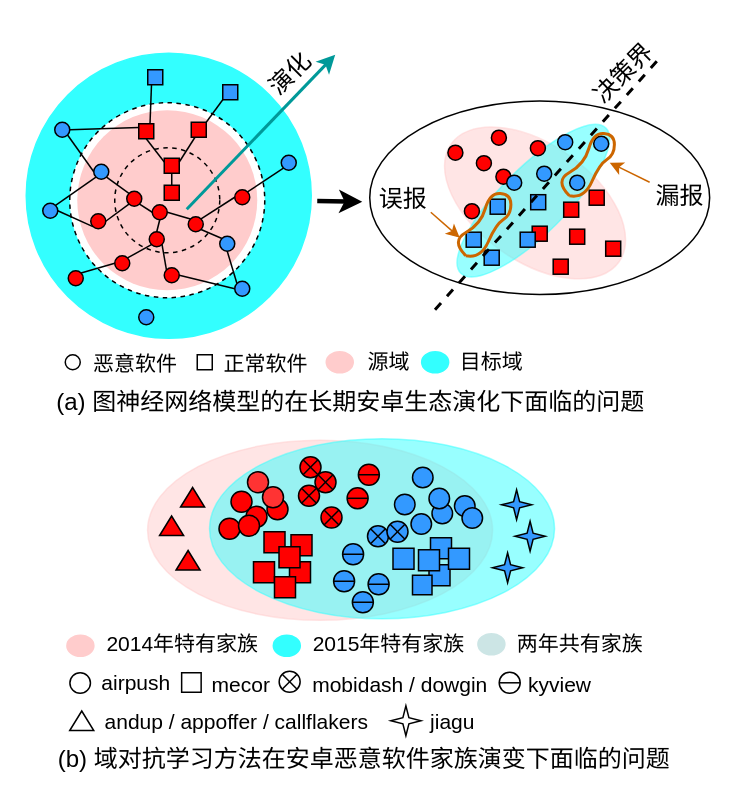
This is importance_weight_schema.drawio from sunray42/diagrams, a draw.io file, before an edit. Source tidied: cells renumbered, new cells numbered last; positions are measured from the earlier drawing's top-left corner, leaving out a move shared by most shapes. Both pictures are drawn from the tidied source at 150%, with x=0, y=0 at pixel (26, 50).
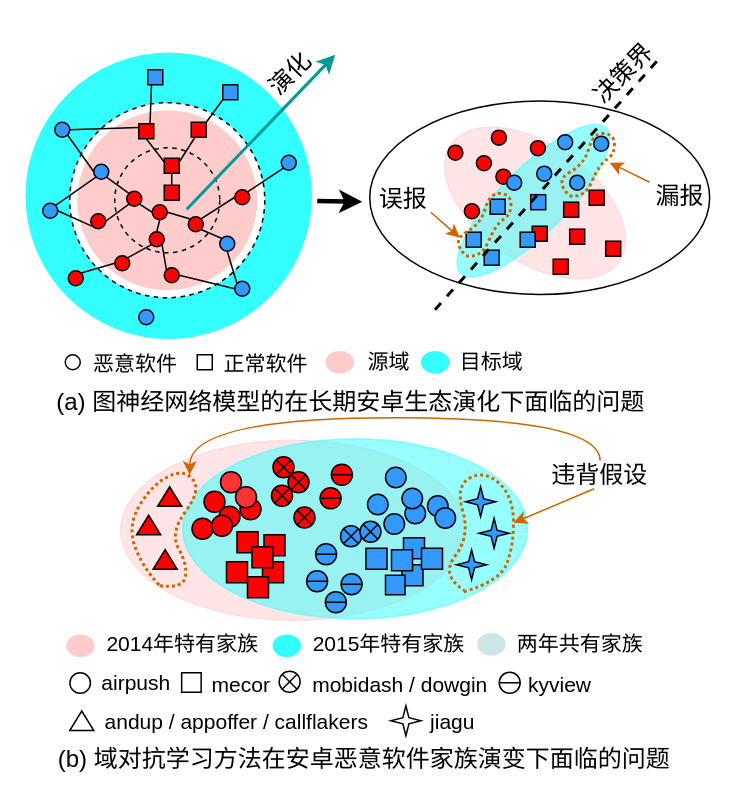
The same diagram, later.

What changed in the source:
```diff
@@
     <mxCell id="2" style="ellipse;whiteSpace=wrap;html=1;fillColor=#FFCCCC;strokeColor=#FFCCCC;opacity=50;rotation=0;" parent="1" vertex="1">
-      <mxGeometry x="80.9" y="260" width="230" height="120" as="geometry" />
+      <mxGeometry x="62.9" y="260" width="230" height="120" as="geometry" />
     </mxCell>
     <mxCell id="3" style="ellipse;whiteSpace=wrap;html=1;rotation=0;fillColor=#33FFFF;strokeColor=#33FFFF;opacity=50;" parent="1" vertex="1">
-      <mxGeometry x="122.2" y="259" width="230" height="120" as="geometry" />
+      <mxGeometry x="104.2" y="259" width="230" height="120" as="geometry" />
     </mxCell>
@@
-    <mxCell id="103" style="curved=1;endArrow=none;html=1;rounded=0;endFill=0;strokeWidth=2;strokeColor=#CC6600;" parent="1" edge="1">
+    <mxCell id="103" style="curved=1;endArrow=none;html=1;rounded=0;endFill=0;strokeWidth=2;strokeColor=#CC6600;dashed=1;dashPattern=1 1;" parent="1" edge="1">
       <mxGeometry relative="1" as="geometry">
         <mxPoint x="362.1" y="97" as="sourcePoint" />
         <mxPoint x="362.1" y="97" as="targetPoint" />
         <Array as="points">
           <mxPoint x="372.1" y="99" />
           <mxPoint x="382.1" y="76" />
           <mxPoint x="392.1" y="69.7" />
           <mxPoint x="392.1" y="56" />
           <mxPoint x="378" y="55" />
           <mxPoint x="372.1" y="76" />
           <mxPoint x="352.1" y="87" />
         </Array>
       </mxGeometry>
     </mxCell>
-    <mxCell id="104" style="curved=1;endArrow=none;html=1;rounded=0;endFill=0;strokeWidth=2;strokeColor=#CC6600;" parent="1" edge="1">
+    <mxCell id="104" style="curved=1;endArrow=none;html=1;rounded=0;endFill=0;strokeWidth=2;strokeColor=#CC6600;dashed=1;dashPattern=1 1;" parent="1" edge="1">
       <mxGeometry relative="1" as="geometry">
         <mxPoint x="293.1" y="137" as="sourcePoint" />
         <mxPoint x="293.1" y="137" as="targetPoint" />
         <Array as="points">
           <mxPoint x="303.1" y="139" />
           <mxPoint x="313.1" y="116" />
           <mxPoint x="323.1" y="109.7" />
           <mxPoint x="323.1" y="96" />
           <mxPoint x="309" y="95" />
           <mxPoint x="303.1" y="116" />
           <mxPoint x="283.1" y="127" />
         </Array>
       </mxGeometry>
     </mxCell>
     <mxCell id="105" style="verticalLabelPosition=bottom;verticalAlign=top;html=1;shape=mxgraph.basic.acute_triangle;dx=0.5;rotation=0;fillColor=#FF0000;" parent="1" vertex="1">
-      <mxGeometry x="88.9" y="310.5" width="16" height="13" as="geometry" />
+      <mxGeometry x="73.6" y="310" width="16" height="13" as="geometry" />
     </mxCell>
     <mxCell id="106" style="verticalLabelPosition=bottom;verticalAlign=top;html=1;shape=mxgraph.basic.acute_triangle;dx=0.5;rotation=0;fillColor=#FF0000;" parent="1" vertex="1">
-      <mxGeometry x="99.9" y="333.5" width="16" height="13" as="geometry" />
+      <mxGeometry x="84.6" y="333" width="16" height="13" as="geometry" />
     </mxCell>
     <mxCell id="107" style="whiteSpace=wrap;html=1;strokeColor=#000000;fontSize=16;fillColor=#FF0000;gradientColor=none;rotation=0;" parent="1" vertex="1">
-      <mxGeometry x="158.5" y="321" width="14" height="14" as="geometry" />
+      <mxGeometry x="140.5" y="321" width="14" height="14" as="geometry" />
     </mxCell>
     <mxCell id="108" style="whiteSpace=wrap;html=1;strokeColor=#000000;fontSize=16;fillColor=#FF0000;gradientColor=none;rotation=0;" parent="1" vertex="1">
-      <mxGeometry x="175.5" y="341" width="14" height="14" as="geometry" />
+      <mxGeometry x="157.5" y="341" width="14" height="14" as="geometry" />
     </mxCell>
     <mxCell id="109" style="whiteSpace=wrap;html=1;strokeColor=#000000;fontSize=16;fillColor=#FF0000;gradientColor=none;rotation=0;" parent="1" vertex="1">
-      <mxGeometry x="151.5" y="341" width="14" height="14" as="geometry" />
+      <mxGeometry x="133.5" y="341" width="14" height="14" as="geometry" />
     </mxCell>
-    <mxCell id="110" style="verticalLabelPosition=bottom;verticalAlign=top;html=1;shape=mxgraph.basic.4_point_star_2;dx=0.8;strokeColor=#000000;fontSize=16;fillColor=#3399FF;gradientColor=none;rotation=0;" parent="1" vertex="1">
-      <mxGeometry x="316.9" y="293" width="20" height="20" as="geometry" />
-    </mxCell>
     <mxCell id="111" style="whiteSpace=wrap;html=1;strokeColor=#000000;fontSize=16;fillColor=#FF0000;gradientColor=none;rotation=0;" parent="1" vertex="1">
-      <mxGeometry x="176.5" y="323" width="14" height="14" as="geometry" />
+      <mxGeometry x="158.5" y="323" width="14" height="14" as="geometry" />
     </mxCell>
     <mxCell id="112" style="whiteSpace=wrap;html=1;strokeColor=#000000;fontSize=16;fillColor=#FF0000;gradientColor=none;rotation=0;" parent="1" vertex="1">
-      <mxGeometry x="168.5" y="331" width="14" height="14" as="geometry" />
+      <mxGeometry x="150.5" y="331" width="14" height="14" as="geometry" />
     </mxCell>
     <mxCell id="113" style="whiteSpace=wrap;html=1;strokeColor=#000000;fontSize=16;fillColor=#3399FF;gradientColor=none;rotation=0;" parent="1" vertex="1">
-      <mxGeometry x="268.5" y="343" width="14" height="14" as="geometry" />
+      <mxGeometry x="250.5" y="343" width="14" height="14" as="geometry" />
     </mxCell>
     <mxCell id="114" style="whiteSpace=wrap;html=1;strokeColor=#000000;fontSize=16;fillColor=#3399FF;gradientColor=none;rotation=0;" parent="1" vertex="1">
-      <mxGeometry x="269.5" y="325" width="14" height="14" as="geometry" />
+      <mxGeometry x="251.5" y="325" width="14" height="14" as="geometry" />
     </mxCell>
     <mxCell id="115" style="whiteSpace=wrap;html=1;strokeColor=#000000;fontSize=16;fillColor=#3399FF;gradientColor=none;rotation=0;" parent="1" vertex="1">
-      <mxGeometry x="257.5" y="350" width="13" height="13" as="geometry" />
+      <mxGeometry x="239.5" y="350" width="13" height="13" as="geometry" />
     </mxCell>
     <mxCell id="116" style="whiteSpace=wrap;html=1;strokeColor=#000000;fontSize=16;fillColor=#3399FF;gradientColor=none;rotation=0;" parent="1" vertex="1">
-      <mxGeometry x="261.5" y="333" width="14" height="14" as="geometry" />
+      <mxGeometry x="243.5" y="333" width="14" height="14" as="geometry" />
     </mxCell>
     <mxCell id="117" style="whiteSpace=wrap;html=1;strokeColor=#000000;fontSize=16;fillColor=#3399FF;gradientColor=none;rotation=0;" parent="1" vertex="1">
-      <mxGeometry x="281.5" y="332" width="14" height="14" as="geometry" />
+      <mxGeometry x="263.5" y="332" width="14" height="14" as="geometry" />
     </mxCell>
     <mxCell id="118" style="ellipse;whiteSpace=wrap;html=1;strokeColor=#000000;fontSize=16;fillColor=#3399FF;gradientColor=none;rotation=0;" parent="1" vertex="1">
-      <mxGeometry x="257.5" y="278" width="13.7" height="13.7" as="geometry" />
+      <mxGeometry x="239.5" y="278" width="13.7" height="13.7" as="geometry" />
     </mxCell>
-    <mxCell id="119" style="verticalLabelPosition=bottom;verticalAlign=top;html=1;shape=mxgraph.basic.4_point_star_2;dx=0.8;strokeColor=#000000;fontSize=16;fillColor=#3399FF;gradientColor=none;rotation=0;" parent="1" vertex="1">
-      <mxGeometry x="325.9" y="314" width="20" height="20" as="geometry" />
-    </mxCell>
     <mxCell id="120" style="verticalLabelPosition=bottom;verticalAlign=top;html=1;shape=mxgraph.basic.acute_triangle;dx=0.5;rotation=0;fillColor=#FF0000;" parent="1" vertex="1">
-      <mxGeometry x="102.9" y="291.5" width="16" height="13" as="geometry" />
+      <mxGeometry x="87.6" y="291" width="16" height="13" as="geometry" />
     </mxCell>
-    <mxCell id="121" style="verticalLabelPosition=bottom;verticalAlign=top;html=1;shape=mxgraph.basic.4_point_star_2;dx=0.8;strokeColor=#000000;fontSize=16;fillColor=#3399FF;gradientColor=none;rotation=0;" parent="1" vertex="1">
-      <mxGeometry x="310.9" y="335" width="20" height="20" as="geometry" />
-    </mxCell>
@@
     <mxCell id="127" style="ellipse;whiteSpace=wrap;html=1;strokeColor=#000000;fontSize=16;fillColor=#3399FF;gradientColor=none;rotation=0;" parent="1" vertex="1">
-      <mxGeometry x="270.5" y="302" width="13.7" height="13.7" as="geometry" />
+      <mxGeometry x="252.5" y="302" width="13.7" height="13.7" as="geometry" />
     </mxCell>
     <mxCell id="128" style="ellipse;whiteSpace=wrap;html=1;strokeColor=#000000;fontSize=16;fillColor=#3399FF;gradientColor=none;rotation=0;" parent="1" vertex="1">
-      <mxGeometry x="268.5" y="292" width="13.7" height="13.7" as="geometry" />
+      <mxGeometry x="250.5" y="292" width="13.7" height="13.7" as="geometry" />
     </mxCell>
     <mxCell id="129" style="ellipse;whiteSpace=wrap;html=1;strokeColor=#000000;fontSize=16;fillColor=#3399FF;gradientColor=none;rotation=0;" parent="1" vertex="1">
-      <mxGeometry x="245.5" y="296" width="13.7" height="13.7" as="geometry" />
+      <mxGeometry x="227.5" y="296" width="13.7" height="13.7" as="geometry" />
     </mxCell>
     <mxCell id="130" style="ellipse;whiteSpace=wrap;html=1;strokeColor=#000000;fontSize=16;fillColor=#3399FF;gradientColor=none;rotation=0;" parent="1" vertex="1">
-      <mxGeometry x="256.5" y="309" width="13.7" height="13.7" as="geometry" />
+      <mxGeometry x="238.5" y="309" width="13.7" height="13.7" as="geometry" />
     </mxCell>
     <mxCell id="131" style="ellipse;whiteSpace=wrap;html=1;strokeColor=#000000;fontSize=16;fillColor=#FF3333;gradientColor=none;rotation=0;" parent="1" vertex="1">
-      <mxGeometry x="147.5" y="281" width="14" height="14" as="geometry" />
+      <mxGeometry x="129.5" y="281" width="14" height="14" as="geometry" />
     </mxCell>
     <mxCell id="132" style="ellipse;whiteSpace=wrap;html=1;strokeColor=#000000;fontSize=16;fillColor=#FF0000;gradientColor=none;rotation=0;" parent="1" vertex="1">
-      <mxGeometry x="160.5" y="299" width="14" height="14" as="geometry" />
+      <mxGeometry x="142.5" y="299" width="14" height="14" as="geometry" />
     </mxCell>
     <mxCell id="133" style="ellipse;whiteSpace=wrap;html=1;strokeColor=#000000;fontSize=16;fillColor=#FF3333;gradientColor=none;rotation=0;" parent="1" vertex="1">
-      <mxGeometry x="157.5" y="291" width="14" height="14" as="geometry" />
+      <mxGeometry x="139.5" y="291" width="14" height="14" as="geometry" />
     </mxCell>
     <mxCell id="134" style="ellipse;whiteSpace=wrap;html=1;strokeColor=#000000;fontSize=16;fillColor=#FF0000;gradientColor=none;rotation=0;" parent="1" vertex="1">
-      <mxGeometry x="136.5" y="294" width="14" height="14" as="geometry" />
+      <mxGeometry x="118.5" y="294" width="14" height="14" as="geometry" />
     </mxCell>
     <mxCell id="135" style="ellipse;whiteSpace=wrap;html=1;strokeColor=#000000;fontSize=16;fillColor=#FF0000;gradientColor=none;rotation=0;" parent="1" vertex="1">
-      <mxGeometry x="146.5" y="304" width="14" height="14" as="geometry" />
+      <mxGeometry x="128.5" y="304" width="14" height="14" as="geometry" />
     </mxCell>
     <mxCell id="136" style="shape=sumEllipse;perimeter=ellipsePerimeter;whiteSpace=wrap;html=1;backgroundOutline=1;fillColor=#FF0000;" parent="1" vertex="1">
-      <mxGeometry x="182.5" y="271" width="14" height="14" as="geometry" />
+      <mxGeometry x="164.5" y="271" width="14" height="14" as="geometry" />
     </mxCell>
     <mxCell id="137" style="shape=sumEllipse;perimeter=ellipsePerimeter;whiteSpace=wrap;html=1;backgroundOutline=1;fillColor=#FF0000;" parent="1" vertex="1">
-      <mxGeometry x="192.5" y="281" width="14" height="14" as="geometry" />
+      <mxGeometry x="174.5" y="281" width="14" height="14" as="geometry" />
     </mxCell>
     <mxCell id="138" style="shape=sumEllipse;perimeter=ellipsePerimeter;whiteSpace=wrap;html=1;backgroundOutline=1;fillColor=#FF0000;" parent="1" vertex="1">
-      <mxGeometry x="181.5" y="290" width="14" height="14" as="geometry" />
+      <mxGeometry x="163.5" y="290" width="14" height="14" as="geometry" />
     </mxCell>
     <mxCell id="139" style="shape=sumEllipse;perimeter=ellipsePerimeter;whiteSpace=wrap;html=1;backgroundOutline=1;fillColor=#3399FF;" parent="1" vertex="1">
-      <mxGeometry x="227.5" y="317" width="14" height="14" as="geometry" />
+      <mxGeometry x="209.5" y="317" width="14" height="14" as="geometry" />
     </mxCell>
     <mxCell id="140" style="shape=sumEllipse;perimeter=ellipsePerimeter;whiteSpace=wrap;html=1;backgroundOutline=1;fillColor=#3399FF;" parent="1" vertex="1">
-      <mxGeometry x="240.5" y="314" width="14" height="14" as="geometry" />
+      <mxGeometry x="222.5" y="314" width="14" height="14" as="geometry" />
     </mxCell>
@@
     <mxCell id="146" style="shape=lineEllipse;perimeter=ellipsePerimeter;whiteSpace=wrap;html=1;backgroundOutline=1;fillColor=#FF0000;" parent="1" vertex="1">
-      <mxGeometry x="221.4" y="276" width="14" height="14" as="geometry" />
+      <mxGeometry x="203.4" y="276" width="14" height="14" as="geometry" />
     </mxCell>
     <mxCell id="147" style="shape=lineEllipse;perimeter=ellipsePerimeter;whiteSpace=wrap;html=1;backgroundOutline=1;fillColor=#FF0000;" parent="1" vertex="1">
-      <mxGeometry x="213.9" y="291.7" width="14" height="14" as="geometry" />
+      <mxGeometry x="195.9" y="291.7" width="14" height="14" as="geometry" />
     </mxCell>
     <mxCell id="148" style="shape=lineEllipse;perimeter=ellipsePerimeter;whiteSpace=wrap;html=1;backgroundOutline=1;fillColor=#3399FF;" parent="1" vertex="1">
-      <mxGeometry x="204.9" y="347" width="14" height="14" as="geometry" />
+      <mxGeometry x="186.9" y="347" width="14" height="14" as="geometry" />
     </mxCell>
     <mxCell id="149" style="shape=lineEllipse;perimeter=ellipsePerimeter;whiteSpace=wrap;html=1;backgroundOutline=1;fillColor=#3399FF;" parent="1" vertex="1">
-      <mxGeometry x="210.9" y="329" width="14" height="14" as="geometry" />
+      <mxGeometry x="192.9" y="329" width="14" height="14" as="geometry" />
     </mxCell>
     <mxCell id="150" style="shape=lineEllipse;perimeter=ellipsePerimeter;whiteSpace=wrap;html=1;backgroundOutline=1;fillColor=#3399FF;" parent="1" vertex="1">
-      <mxGeometry x="227.9" y="349" width="14" height="14" as="geometry" />
+      <mxGeometry x="209.9" y="349" width="14" height="14" as="geometry" />
     </mxCell>
     <mxCell id="151" style="shape=lineEllipse;perimeter=ellipsePerimeter;whiteSpace=wrap;html=1;backgroundOutline=1;fillColor=#3399FF;" parent="1" vertex="1">
-      <mxGeometry x="217.4" y="361" width="14" height="14" as="geometry" />
+      <mxGeometry x="199.4" y="361" width="14" height="14" as="geometry" />
     </mxCell>
     <mxCell id="152" style="shape=sumEllipse;perimeter=ellipsePerimeter;whiteSpace=wrap;html=1;backgroundOutline=1;fillColor=#FF0000;" parent="1" vertex="1">
-      <mxGeometry x="196.5" y="304.5" width="14" height="14" as="geometry" />
+      <mxGeometry x="178.5" y="304.5" width="14" height="14" as="geometry" />
     </mxCell>
     <mxCell id="153" style="ellipse;whiteSpace=wrap;html=1;strokeColor=#000000;fontSize=16;fillColor=#FF0000;gradientColor=none;rotation=0;" parent="1" vertex="1">
-      <mxGeometry x="128.5" y="312" width="14" height="14" as="geometry" />
+      <mxGeometry x="110.5" y="312" width="14" height="14" as="geometry" />
     </mxCell>
     <mxCell id="154" style="ellipse;whiteSpace=wrap;html=1;strokeColor=#000000;fontSize=16;fillColor=#FF0000;gradientColor=none;rotation=0;" parent="1" vertex="1">
-      <mxGeometry x="141.5" y="310" width="14" height="14" as="geometry" />
+      <mxGeometry x="123.5" y="310" width="14" height="14" as="geometry" />
     </mxCell>
     <mxCell id="155" style="whiteSpace=wrap;html=1;strokeColor=#000000;fontSize=16;fillColor=#FF0000;gradientColor=none;rotation=0;" parent="1" vertex="1">
-      <mxGeometry x="165.5" y="351" width="14" height="14" as="geometry" />
+      <mxGeometry x="147.5" y="351" width="14" height="14" as="geometry" />
     </mxCell>
     <mxCell id="156" style="whiteSpace=wrap;html=1;strokeColor=#000000;fontSize=16;fillColor=#3399FF;gradientColor=none;rotation=0;" parent="1" vertex="1">
-      <mxGeometry x="244.5" y="332" width="14" height="14" as="geometry" />
+      <mxGeometry x="226.5" y="332" width="14" height="14" as="geometry" />
     </mxCell>
     <mxCell id="157" style="ellipse;whiteSpace=wrap;html=1;strokeColor=#000000;fontSize=16;fillColor=#3399FF;gradientColor=none;rotation=0;" parent="1" vertex="1">
-      <mxGeometry x="285.5" y="297" width="13.7" height="13.7" as="geometry" />
+      <mxGeometry x="267.5" y="297" width="13.7" height="13.7" as="geometry" />
     </mxCell>
     <mxCell id="158" style="ellipse;whiteSpace=wrap;html=1;strokeColor=#000000;fontSize=16;fillColor=#3399FF;gradientColor=none;rotation=0;" parent="1" vertex="1">
-      <mxGeometry x="290.5" y="305" width="13.7" height="13.7" as="geometry" />
+      <mxGeometry x="272.5" y="305" width="13.7" height="13.7" as="geometry" />
     </mxCell>
@@
+    <mxCell id="161" style="curved=1;endArrow=none;html=1;rounded=0;dashed=1;dashPattern=1 1;strokeColor=#CC6600;strokeWidth=2;endFill=0;" parent="1" edge="1">
+      <mxGeometry relative="1" as="geometry">
+        <mxPoint x="89" y="357" as="sourcePoint" />
+        <mxPoint x="89" y="357" as="targetPoint" />
+        <Array as="points">
+          <mxPoint x="104.6" y="359" />
+          <mxPoint x="107.6" y="343" />
+          <mxPoint x="95.6" y="321.8" />
+          <mxPoint x="116.6" y="293.5" />
+          <mxPoint x="105.6" y="279" />
+          <mxPoint x="84.6" y="289" />
+          <mxPoint x="67.6" y="316" />
+          <mxPoint x="76.6" y="343.5" />
+        </Array>
+      </mxGeometry>
+    </mxCell>
+    <mxCell id="110" style="verticalLabelPosition=bottom;verticalAlign=top;html=1;shape=mxgraph.basic.4_point_star_2;dx=0.8;strokeColor=#000000;fontSize=16;fillColor=#3399FF;gradientColor=none;rotation=0;" parent="1" vertex="1">
+      <mxGeometry x="292.9" y="291" width="20" height="20" as="geometry" />
+    </mxCell>
+    <mxCell id="119" style="verticalLabelPosition=bottom;verticalAlign=top;html=1;shape=mxgraph.basic.4_point_star_2;dx=0.8;strokeColor=#000000;fontSize=16;fillColor=#3399FF;gradientColor=none;rotation=0;" parent="1" vertex="1">
+      <mxGeometry x="301.9" y="312" width="20" height="20" as="geometry" />
+    </mxCell>
+    <mxCell id="121" style="verticalLabelPosition=bottom;verticalAlign=top;html=1;shape=mxgraph.basic.4_point_star_2;dx=0.8;strokeColor=#000000;fontSize=16;fillColor=#3399FF;gradientColor=none;rotation=0;" parent="1" vertex="1">
+      <mxGeometry x="286.9" y="333" width="20" height="20" as="geometry" />
+    </mxCell>
+    <mxCell id="162" style="curved=1;endArrow=none;html=1;rounded=0;dashed=1;dashPattern=1 1;strokeColor=#CC6600;strokeWidth=2;endFill=0;" parent="1" edge="1">
+      <mxGeometry relative="1" as="geometry">
+        <mxPoint x="291.6" y="361" as="sourcePoint" />
+        <mxPoint x="292" y="360" as="targetPoint" />
+        <Array as="points">
+          <mxPoint x="316" y="354" />
+          <mxPoint x="325" y="330" />
+          <mxPoint x="324.6" y="297.5" />
+          <mxPoint x="306" y="280" />
+          <mxPoint x="286" y="290" />
+          <mxPoint x="296" y="324" />
+          <mxPoint x="276" y="350" />
+        </Array>
+      </mxGeometry>
+    </mxCell>
+    <mxCell id="163" style="edgeStyle=orthogonalEdgeStyle;curved=1;rounded=0;jettySize=auto;html=1;exitX=0.5;exitY=0;exitDx=0;exitDy=0;strokeColor=#CC6600;strokeWidth=1;startArrow=none;startFill=0;endArrow=classic;endFill=1;" parent="1" edge="1" source="165">
+      <mxGeometry relative="1" as="geometry">
+        <mxPoint x="109" y="283" as="targetPoint" />
+        <Array as="points">
+          <mxPoint x="383" y="245" />
+          <mxPoint x="109" y="245" />
+        </Array>
+      </mxGeometry>
+    </mxCell>
+    <mxCell id="164" style="rounded=0;orthogonalLoop=1;jettySize=auto;html=1;exitX=0.5;exitY=1;exitDx=0;exitDy=0;strokeColor=#CC6600;strokeWidth=1;startArrow=none;startFill=0;endArrow=classic;endFill=1;" parent="1" edge="1">
+      <mxGeometry relative="1" as="geometry">
+        <mxPoint x="378.6" y="292.3" as="sourcePoint" />
+        <mxPoint x="325" y="315" as="targetPoint" />
+      </mxGeometry>
+    </mxCell>
+    <mxCell id="165" value="违背假设" style="text;html=1;strokeColor=none;fillColor=none;align=center;verticalAlign=middle;whiteSpace=wrap;rounded=0;fontSize=16;rotation=0;" parent="1" vertex="1">
+      <mxGeometry x="346.3" y="273.7" width="72.6" height="18.7" as="geometry" />
+    </mxCell>
```
